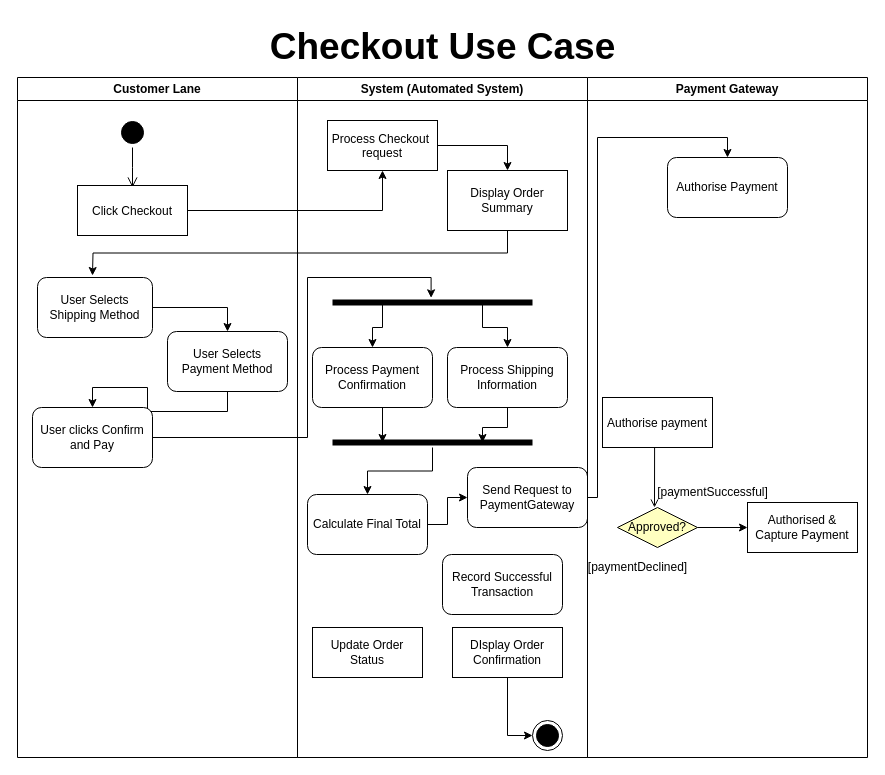
Before: ebay-1.drawio in AhmedElamari/Software-design-saved, a draw.io diagram. Source tidied: cells renumbered, new cells numbered last; positions are measured from the earlier drawing's top-left corner, leaving out a move shared by most shapes. Both pictures are drawn from the tidied source at 100%, with x=0, y=0 at pixel (17, 17).
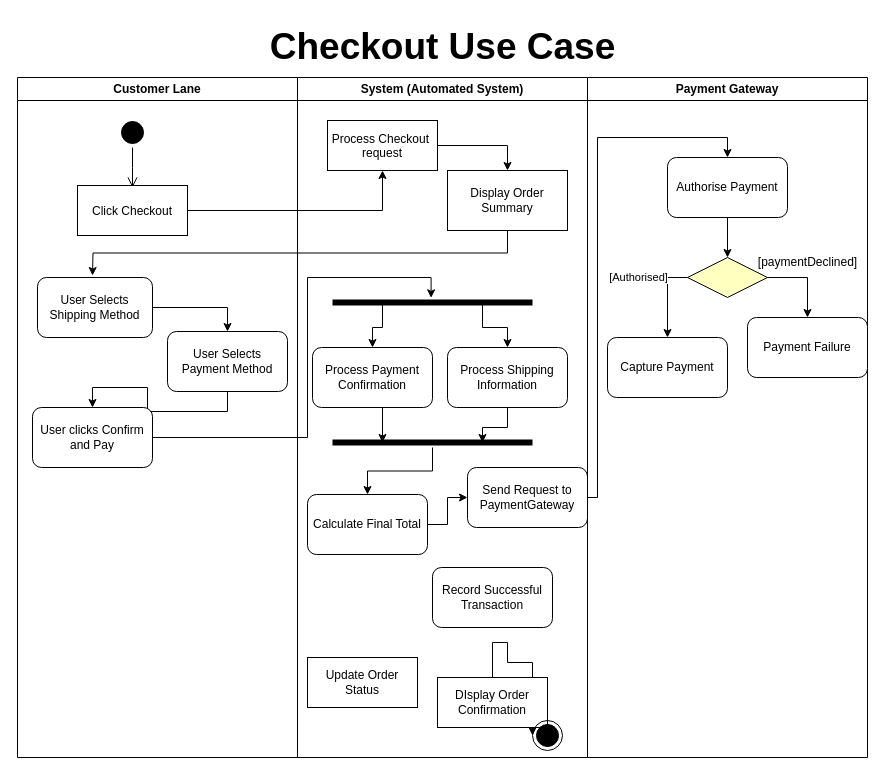
Above is the later version.

Unchanged cells that the change refers to:
```xml
<mxCell id="11" value="System (Automated System)" style="swimlane;whiteSpace=wrap;html=1;" parent="1" vertex="1">
  <mxGeometry x="280" y="60" width="290" height="680" as="geometry" />
</mxCell>
<mxCell id="32" value="Payment Gateway" style="swimlane;whiteSpace=wrap;" parent="1" vertex="1">
  <mxGeometry x="570" y="60" width="280" height="680" as="geometry" />
</mxCell>
```

The edit, as a diff of the source:
```diff
@@
     <mxCell id="15" value="Update Order Status" style="html=1;whiteSpace=wrap;" parent="11" vertex="1">
-      <mxGeometry x="15" y="550" width="110" height="50" as="geometry" />
+      <mxGeometry x="10" y="580" width="110" height="50" as="geometry" />
     </mxCell>
@@
     <mxCell id="17" value="DIsplay Order Confirmation" style="html=1;whiteSpace=wrap;" parent="11" vertex="1">
-      <mxGeometry x="155" y="550" width="110" height="50" as="geometry" />
+      <mxGeometry x="140" y="600" width="110" height="50" as="geometry" />
     </mxCell>
@@
     <mxCell id="19" value="Record Successful Transaction" style="rounded=1;whiteSpace=wrap;html=1;" parent="11" vertex="1">
-      <mxGeometry x="145" y="477" width="120" height="60" as="geometry" />
+      <mxGeometry x="135" y="490" width="120" height="60" as="geometry" />
     </mxCell>
@@
-    <mxCell id="33" value="Authorise payment" parent="32" vertex="1">
-      <mxGeometry x="15" y="320" width="110" height="50" as="geometry" />
-    </mxCell>
-    <mxCell id="34" style="endArrow=open;endFill=1;rounded=0;" parent="32" edge="1">
-      <mxGeometry relative="1" as="geometry">
-        <mxPoint x="67.1" y="370" as="sourcePoint" />
-        <mxPoint x="67" y="430" as="targetPoint" />
-      </mxGeometry>
-    </mxCell>
-    <mxCell id="35" value="Approved?" style="rhombus;whiteSpace=wrap;html=1;fontColor=#000000;fillColor=#ffffc0;strokeColor=#000000;" parent="32" vertex="1">
-      <mxGeometry x="30" y="430" width="80" height="40" as="geometry" />
-    </mxCell>
-    <mxCell id="36" value="[paymentSuccessful]" style="text;html=1;align=center;verticalAlign=middle;strokeColor=none;fillColor=none;" parent="32" vertex="1">
-      <mxGeometry x="60" y="400" width="130" height="30" as="geometry" />
-    </mxCell>
-    <mxCell id="37" value="Authorised &amp;amp; Capture Payment" style="html=1;whiteSpace=wrap;" parent="32" vertex="1">
-      <mxGeometry x="160" y="425" width="110" height="50" as="geometry" />
-    </mxCell>
-    <mxCell id="38" style="edgeStyle=orthogonalEdgeStyle;rounded=0;jettySize=auto;html=1;exitX=1;exitY=0.5;exitDx=0;exitDy=0;" parent="32" edge="1" source="35" target="37">
-      <mxGeometry relative="1" as="geometry" />
-    </mxCell>
+    <mxCell id="46" style="edgeStyle=orthogonalEdgeStyle;rounded=0;jettySize=auto;html=1;exitX=0.5;exitY=1;exitDx=0;exitDy=0;entryX=0.5;entryY=0;entryDx=0;entryDy=0;" parent="32" edge="1" source="40" target="50">
+      <mxGeometry relative="1" as="geometry" />
+    </mxCell>
+    <mxCell id="40" value="Authorise Payment" style="rounded=1;whiteSpace=wrap;html=1;" parent="32" vertex="1">
+      <mxGeometry x="80" y="80" width="120" height="60" as="geometry" />
+    </mxCell>
+    <mxCell id="47" style="edgeStyle=orthogonalEdgeStyle;rounded=0;jettySize=auto;html=1;exitX=0;exitY=0.5;exitDx=0;exitDy=0;entryX=0.5;entryY=0;entryDx=0;entryDy=0;" parent="32" edge="1" source="50" target="51">
+      <mxGeometry relative="1" as="geometry" />
+    </mxCell>
+    <mxCell id="48" value="[Authorised]" style="edgeLabel;html=1;align=center;verticalAlign=middle;" parent="47" vertex="1">
+      <mxGeometry x="0.16" y="10" relative="1" as="geometry">
+        <mxPoint x="-40" y="-27" as="offset" />
+      </mxGeometry>
+    </mxCell>
+    <mxCell id="49" style="edgeStyle=orthogonalEdgeStyle;rounded=0;jettySize=auto;html=1;exitX=1;exitY=0.5;exitDx=0;exitDy=0;entryX=0.5;entryY=0;entryDx=0;entryDy=0;" parent="32" edge="1" source="50" target="52">
+      <mxGeometry relative="1" as="geometry" />
+    </mxCell>
+    <mxCell id="50" style="rhombus;whiteSpace=wrap;html=1;fontColor=#000000;fillColor=#ffffc0;strokeColor=#000000;" parent="32" vertex="1">
+      <mxGeometry x="100" y="180" width="80" height="40" as="geometry" />
+    </mxCell>
+    <mxCell id="51" value="Capture Payment" style="rounded=1;whiteSpace=wrap;html=1;" parent="32" vertex="1">
+      <mxGeometry x="20" y="260" width="120" height="60" as="geometry" />
+    </mxCell>
+    <mxCell id="52" value="Payment Failure" style="rounded=1;whiteSpace=wrap;html=1;" parent="32" vertex="1">
+      <mxGeometry x="160" y="240" width="120" height="60" as="geometry" />
+    </mxCell>
     <mxCell id="39" value="[paymentDeclined]" style="text;html=1;align=center;verticalAlign=middle;strokeColor=none;fillColor=none;" parent="32" vertex="1">
-      <mxGeometry x="-10" y="475" width="120" height="30" as="geometry" />
+      <mxGeometry x="160" y="170" width="120" height="30" as="geometry" />
     </mxCell>
-    <mxCell id="40" value="Authorise Payment" style="rounded=1;whiteSpace=wrap;html=1;" parent="32" vertex="1">
-      <mxGeometry x="80" y="80" width="120" height="60" as="geometry" />
-    </mxCell>
```
